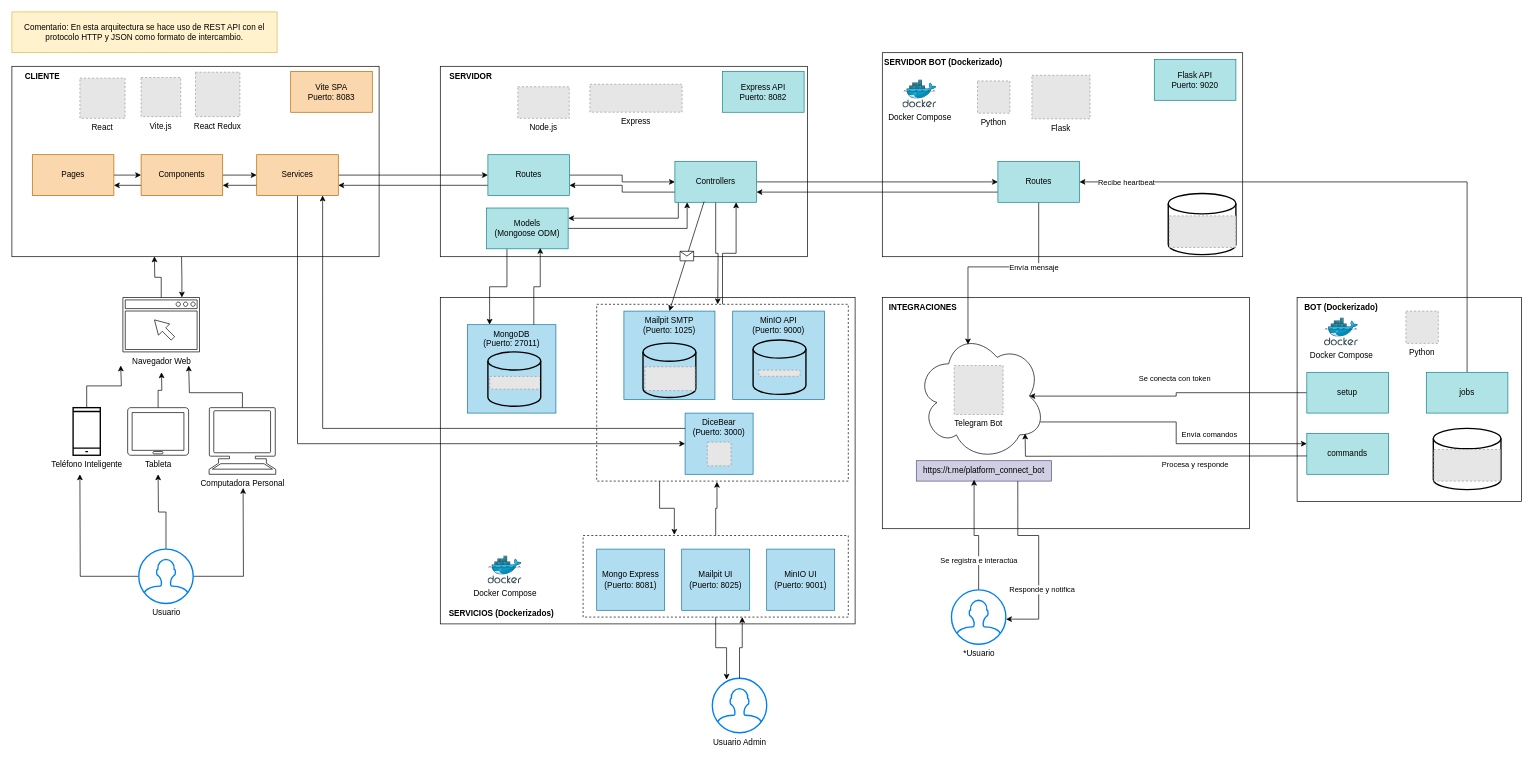
This is docs/diagrama_arquitectura/diagrama_arquitectura.drawio from andresbiso/2025_1C_TFG, a draw.io file, before an edit. Source tidied: cells renumbered, new cells numbered last; positions are measured from the earlier drawing's top-left corner, leaving out a move shared by most shapes. Both pictures are drawn from the tidied source at 68%, with x=0, y=0 at pixel (12, 12). Pictures stored in the file or linked from it are replaced by grey dashed boxes.
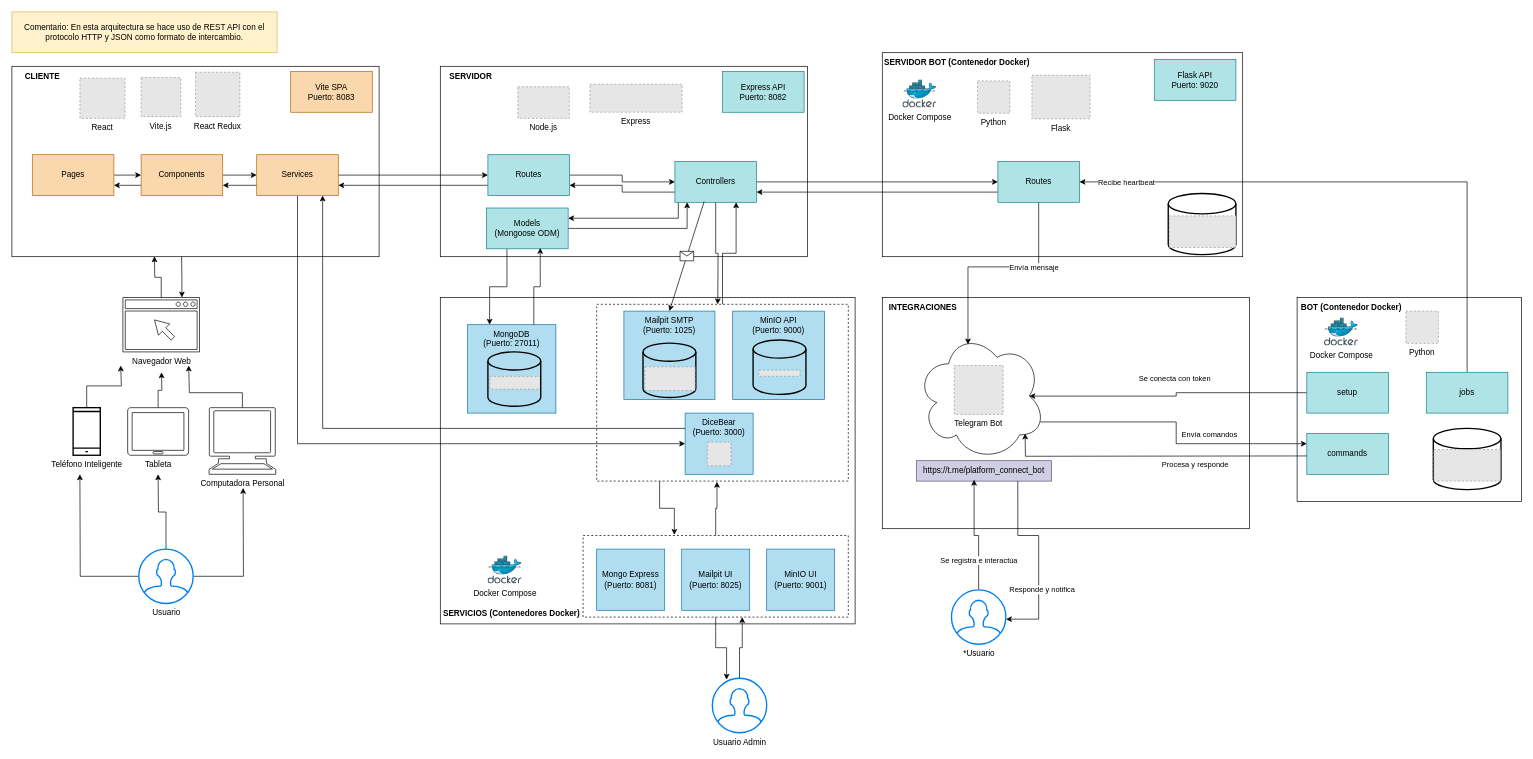
Above is the later version.

Commit message (it also covers changes not shown here):
docs: update diagrama_arquitectura

Change to the diagram source:
```diff
@@
-    <mxCell id="7" value="&lt;b&gt;SERVICIOS (Dockerizados)&lt;/b&gt;" style="text;html=1;align=center;verticalAlign=middle;whiteSpace=wrap;rounded=0;labelBackgroundColor=none;" parent="1" vertex="1">
-      <mxGeometry x="630" y="870" width="180" height="30" as="geometry" />
+    <mxCell id="7" value="&lt;b&gt;SERVICIOS (Contenedores Docker)&lt;/b&gt;" style="text;html=1;align=center;verticalAlign=middle;whiteSpace=wrap;rounded=0;labelBackgroundColor=none;" parent="1" vertex="1">
+      <mxGeometry x="630" y="870" width="210" height="30" as="geometry" />
     </mxCell>
@@
-    <mxCell id="11" value="&lt;b&gt;SERVIDOR BOT (Dockerizado)&lt;/b&gt;" style="text;html=1;align=center;verticalAlign=middle;whiteSpace=wrap;rounded=0;labelBackgroundColor=none;" parent="1" vertex="1">
-      <mxGeometry x="1280" y="60" width="180" height="30" as="geometry" />
+    <mxCell id="11" value="&lt;b&gt;SERVIDOR BOT (Contenedor Docker)&lt;/b&gt;" style="text;html=1;align=center;verticalAlign=middle;whiteSpace=wrap;rounded=0;labelBackgroundColor=none;" parent="1" vertex="1">
+      <mxGeometry x="1280" y="60" width="220" height="30" as="geometry" />
     </mxCell>
@@
-    <mxCell id="13" value="&lt;b&gt;BOT (Dockerizado)&lt;/b&gt;" style="text;html=1;align=center;verticalAlign=middle;whiteSpace=wrap;rounded=0;labelBackgroundColor=none;" parent="1" vertex="1">
-      <mxGeometry x="1890" y="420" width="130" height="30" as="geometry" />
+    <mxCell id="13" value="&lt;b&gt;BOT (Contenedor Docker)&lt;/b&gt;" style="text;html=1;align=center;verticalAlign=middle;whiteSpace=wrap;rounded=0;labelBackgroundColor=none;" parent="1" vertex="1">
+      <mxGeometry x="1890" y="420" width="160" height="30" as="geometry" />
     </mxCell>
```
